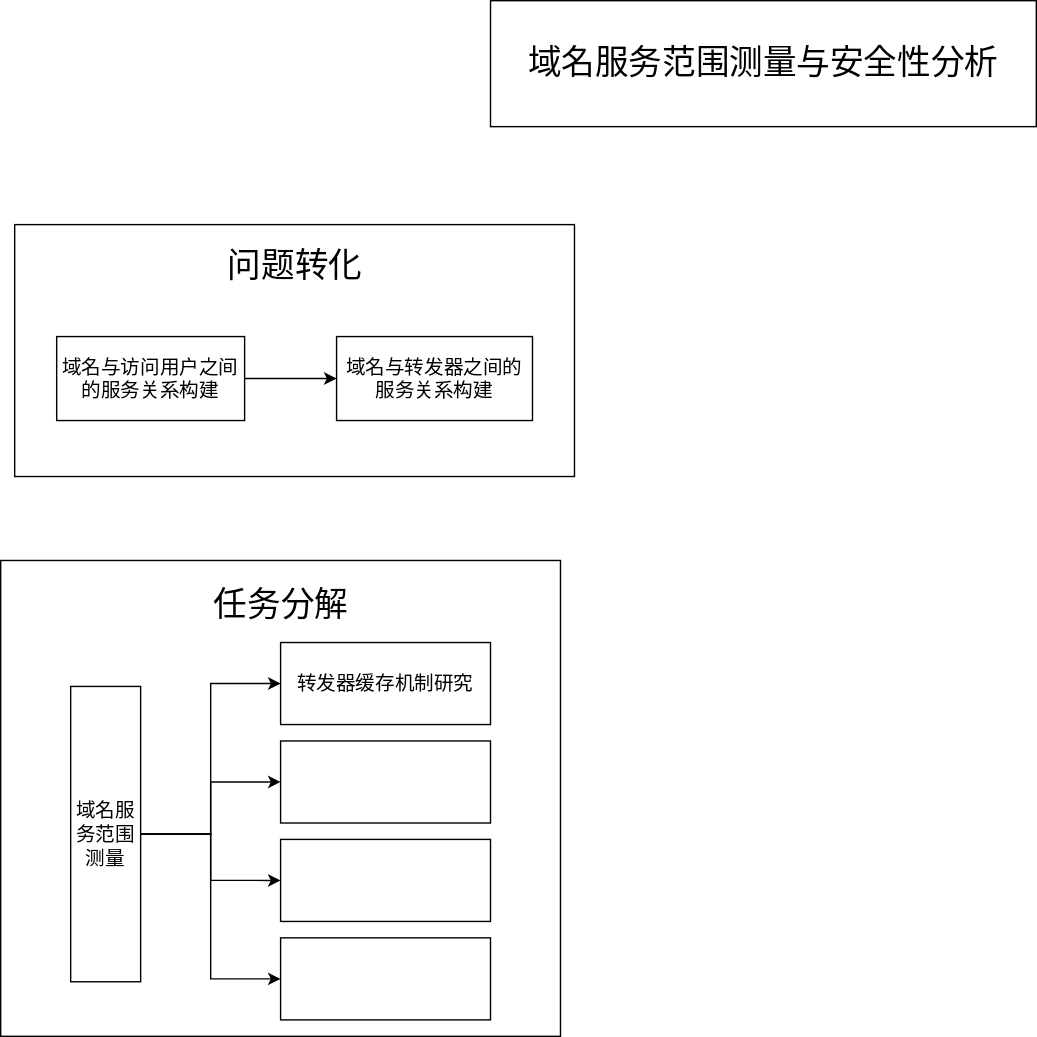
This is test.svg from pythontha/Forwarder-cache, a draw.io export, as it was before one commit. Source tidied: cells renumbered, new cells last; positions are measured from the earlier drawing's top-left corner, leaving out a move shared by most shapes.
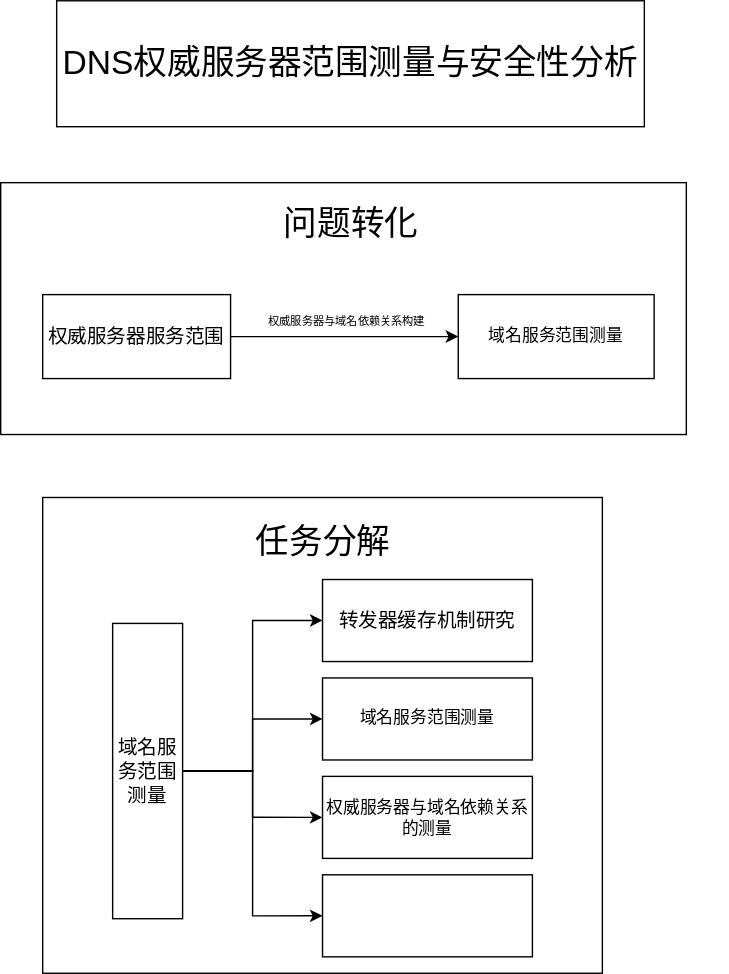
After the change.

Diff of the diagram source:
```diff
@@ -2,29 +2,32 @@
   <root>
     <mxCell id="0" />
     <mxCell id="1" parent="0" />
-    <mxCell id="2" value="&lt;font style=&quot;font-size: 24px;&quot;&gt;域名服务范围测量与安全性分析&lt;/font&gt;" style="rounded=0;whiteSpace=wrap;html=1;" parent="1" vertex="1">
-      <mxGeometry x="350" width="390" height="90" as="geometry" />
+    <mxCell id="2" value="&lt;font style=&quot;font-size: 24px;&quot;&gt;DNS权威服务器范围测量与安全性分析&lt;/font&gt;" style="rounded=0;whiteSpace=wrap;html=1;" parent="1" vertex="1">
+      <mxGeometry x="120" y="30" width="420" height="90" as="geometry" />
     </mxCell>
     <mxCell id="3" style="group;" parent="1" vertex="1">
-      <mxGeometry x="10" y="160" width="400" height="180" as="geometry" />
+      <mxGeometry x="80" y="160" width="520" height="180" as="geometry" />
     </mxCell>
     <mxCell id="4" style="rounded=0;whiteSpace=wrap;html=1;" parent="3" vertex="1">
-      <mxGeometry width="400" height="180" as="geometry" />
+      <mxGeometry width="490" height="180" as="geometry" />
     </mxCell>
     <mxCell id="5" value="&lt;font style=&quot;font-size: 24px;&quot;&gt;问题转化&lt;/font&gt;" style="text;html=1;align=center;verticalAlign=middle;strokeColor=none;fillColor=none;" parent="3" vertex="1">
-      <mxGeometry x="140" y="10" width="120" height="40" as="geometry" />
+      <mxGeometry x="190" y="10" width="120" height="40" as="geometry" />
     </mxCell>
-    <mxCell id="6" value="&lt;font style=&quot;font-size: 14px;&quot;&gt;域名与访问用户之间的服务关系构建&lt;/font&gt;" style="rounded=0;whiteSpace=wrap;html=1;" parent="3" vertex="1">
+    <mxCell id="6" value="&lt;font style=&quot;font-size: 14px;&quot;&gt;权威服务器服务范围&lt;/font&gt;" style="rounded=0;whiteSpace=wrap;html=1;" parent="3" vertex="1">
       <mxGeometry x="30" y="80" width="134.3" height="60" as="geometry" />
     </mxCell>
-    <mxCell id="7" value="&lt;font style=&quot;font-size: 14px;&quot;&gt;域名与转发器之间的服务关系构建&lt;/font&gt;" style="whiteSpace=wrap;html=1;rounded=0;" parent="3" vertex="1">
-      <mxGeometry x="230" y="80" width="140" height="60" as="geometry" />
+    <mxCell id="7" value="域名服务范围测量" style="whiteSpace=wrap;html=1;rounded=0;" parent="3" vertex="1">
+      <mxGeometry x="327" y="80" width="140" height="60" as="geometry" />
     </mxCell>
     <mxCell id="8" style="edgeStyle=orthogonalEdgeStyle;rounded=0;jettySize=auto;html=1;" parent="3" edge="1" source="6" target="7">
       <mxGeometry relative="1" as="geometry" />
     </mxCell>
+    <mxCell id="21" value="&#10;&lt;span style=&quot;color: rgb(0, 0, 0); font-family: Helvetica; font-size: 8px; font-style: normal; font-variant-ligatures: normal; font-variant-caps: normal; font-weight: 400; letter-spacing: normal; orphans: 2; text-align: center; text-indent: 0px; text-transform: none; widows: 2; word-spacing: 0px; -webkit-text-stroke-width: 0px; white-space: normal; background-color: rgb(251, 251, 251); text-decoration-thickness: initial; text-decoration-style: initial; text-decoration-color: initial; display: inline !important; float: none;&quot;&gt;权威服务器与域名依赖关系构建&lt;/span&gt;&#10;&#10;" style="text;html=1;align=center;verticalAlign=middle;whiteSpace=wrap;rounded=0;" parent="3" vertex="1">
+      <mxGeometry x="190" y="90" width="115" height="30" as="geometry" />
+    </mxCell>
     <mxCell id="9" style="group;" parent="1" vertex="1">
-      <mxGeometry y="400" width="400" height="340" as="geometry" />
+      <mxGeometry x="110" y="385" width="400" height="340" as="geometry" />
     </mxCell>
     <mxCell id="10" style="rounded=0;whiteSpace=wrap;html=1;" parent="9" vertex="1">
       <mxGeometry width="400" height="340" as="geometry" />
@@ -50,10 +53,10 @@
     <mxCell id="17" style="edgeStyle=orthogonalEdgeStyle;rounded=0;jettySize=auto;html=1;" parent="9" edge="1" source="15" target="16">
       <mxGeometry relative="1" as="geometry" />
     </mxCell>
-    <mxCell id="18" style="whiteSpace=wrap;html=1;rounded=0;" parent="9" vertex="1">
+    <mxCell id="18" value="域名服务范围测量" style="whiteSpace=wrap;html=1;rounded=0;" parent="9" vertex="1">
       <mxGeometry x="200" y="129" width="150" height="58.6" as="geometry" />
     </mxCell>
-    <mxCell id="19" style="whiteSpace=wrap;html=1;rounded=0;" parent="9" vertex="1">
+    <mxCell id="19" value="权威服务器与域名依赖关系的测量" style="whiteSpace=wrap;html=1;rounded=0;" parent="9" vertex="1">
       <mxGeometry x="200" y="199.3" width="150" height="58.6" as="geometry" />
     </mxCell>
     <mxCell id="20" style="whiteSpace=wrap;html=1;rounded=0;" parent="9" vertex="1">
```
